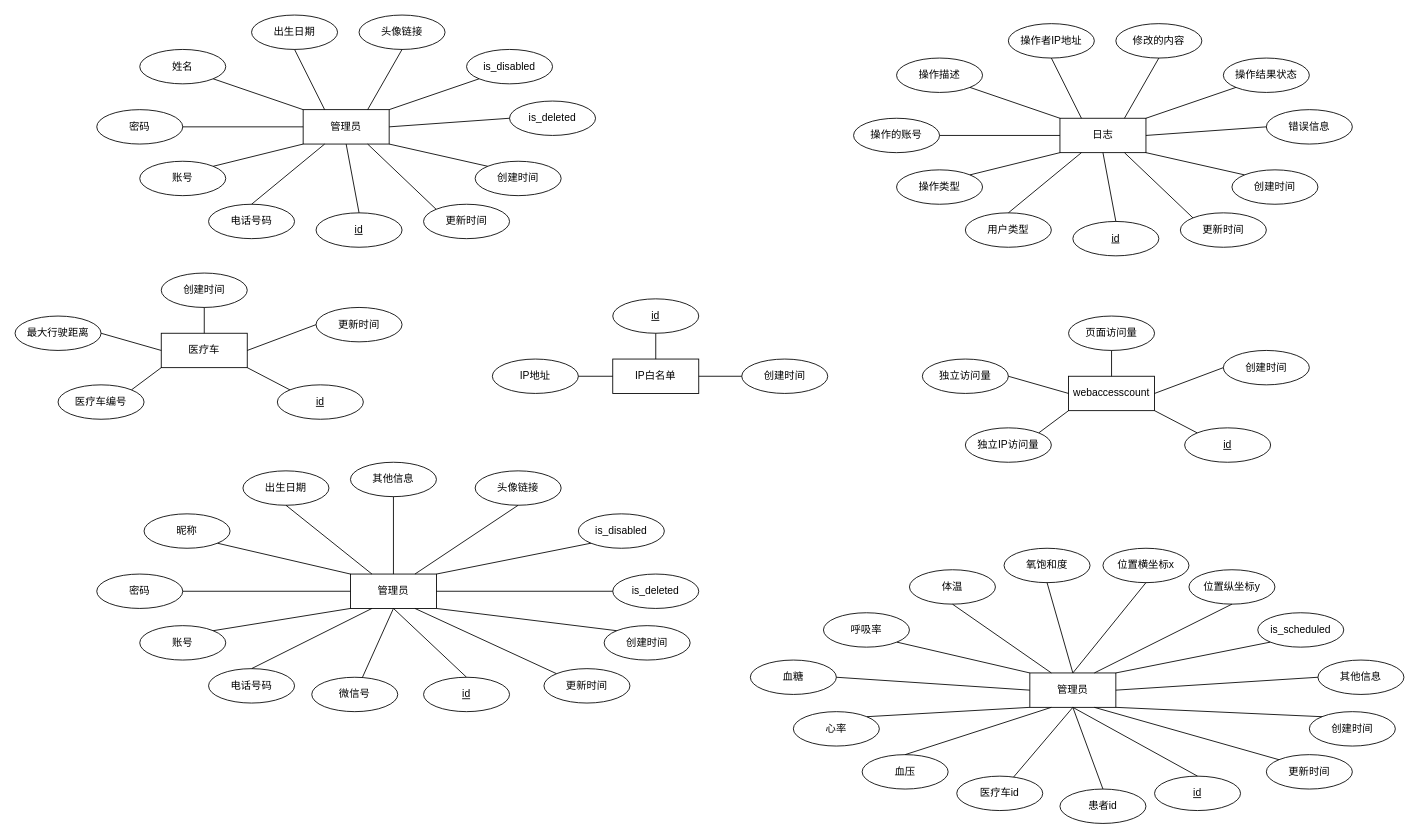
Earlier version of the draw.io diagram draw_image/毕设_E-R图.drawio (JJLin0612/image_from_draw). Source tidied: cells renumbered, new cells numbered last; positions are measured from the earlier drawing's top-left corner, leaving out a move shared by most shapes. Both pictures are drawn from the tidied source at 86%, with x=0, y=0 at pixel (15, 15).
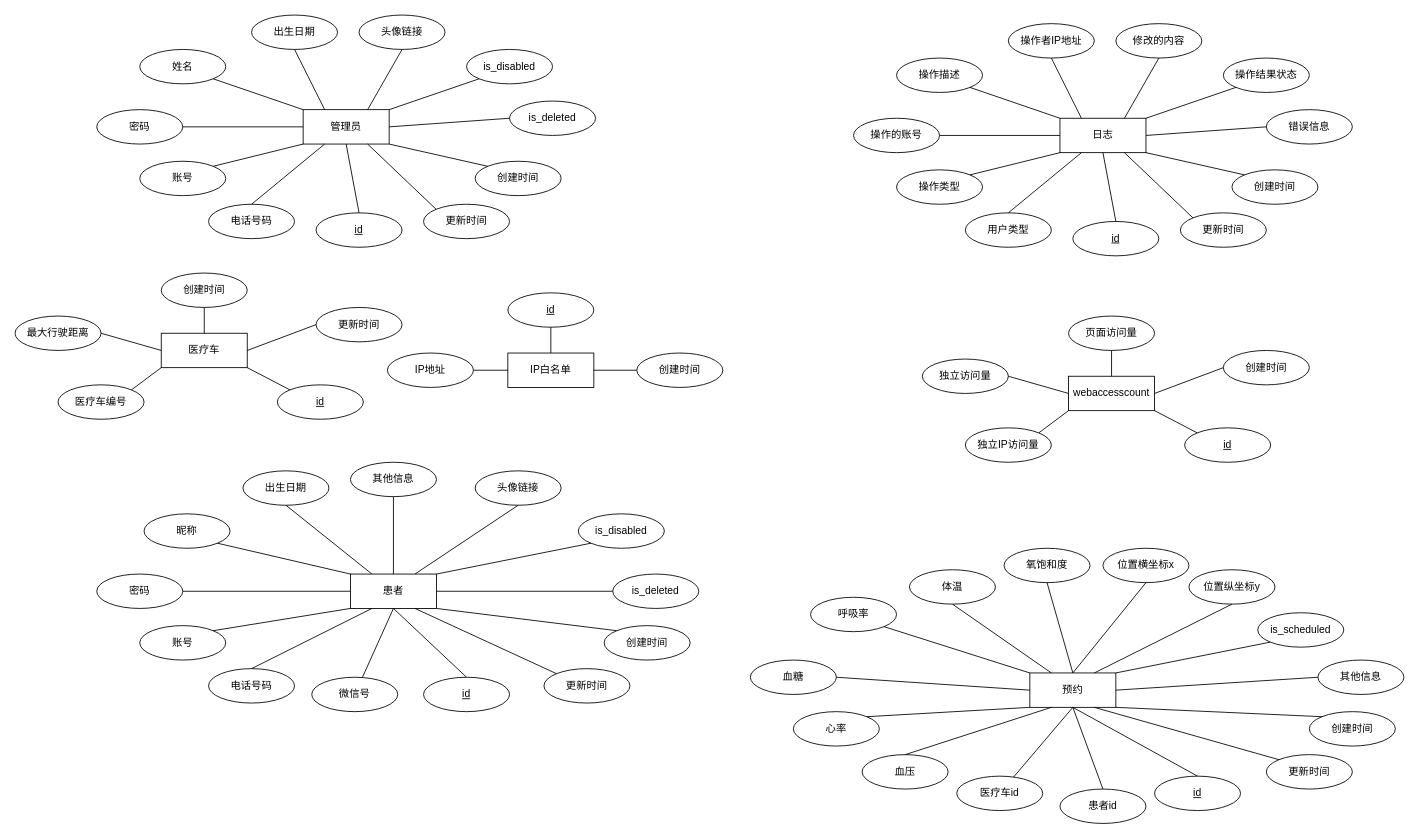
The same page after the edit.

Commit message:
更新毕设_E-R图.drawio

The edit, as a diff of the source:
```diff
@@
     <mxCell id="36" value="IP白名单" style="whiteSpace=wrap;html=1;align=center;" parent="1" vertex="1">
-      <mxGeometry x="695" y="400" width="100" height="40" as="geometry" />
+      <mxGeometry x="573" y="393" width="100" height="40" as="geometry" />
     </mxCell>
     <mxCell id="37" value="id" style="ellipse;whiteSpace=wrap;html=1;align=center;fontStyle=4;" parent="1" vertex="1">
-      <mxGeometry x="695" y="330" width="100" height="40" as="geometry" />
+      <mxGeometry x="573" y="323" width="100" height="40" as="geometry" />
     </mxCell>
     <mxCell id="38" value="IP地址" style="ellipse;whiteSpace=wrap;html=1;align=center;" parent="1" vertex="1">
-      <mxGeometry x="555" y="400" width="100" height="40" as="geometry" />
+      <mxGeometry x="433" y="393" width="100" height="40" as="geometry" />
     </mxCell>
     <mxCell id="39" value="创建时间" style="ellipse;whiteSpace=wrap;html=1;align=center;" parent="1" vertex="1">
-      <mxGeometry x="845" y="400" width="100" height="40" as="geometry" />
+      <mxGeometry x="723" y="393" width="100" height="40" as="geometry" />
     </mxCell>
@@
-    <mxCell id="43" value="管理员" style="whiteSpace=wrap;html=1;align=center;" parent="1" vertex="1">
+    <mxCell id="43" value="患者" style="whiteSpace=wrap;html=1;align=center;" parent="1" vertex="1">
       <mxGeometry x="390" y="650" width="100" height="40" as="geometry" />
     </mxCell>
@@
-    <mxCell id="104" value="管理员" style="whiteSpace=wrap;html=1;align=center;" parent="1" vertex="1">
+    <mxCell id="104" value="预约" style="whiteSpace=wrap;html=1;align=center;" parent="1" vertex="1">
       <mxGeometry x="1180" y="765" width="100" height="40" as="geometry" />
     </mxCell>
@@
     <mxCell id="107" value="呼吸率" style="ellipse;whiteSpace=wrap;html=1;align=center;" parent="1" vertex="1">
-      <mxGeometry x="940" y="695" width="100" height="40" as="geometry" />
+      <mxGeometry x="925" y="677" width="100" height="40" as="geometry" />
     </mxCell>
```
